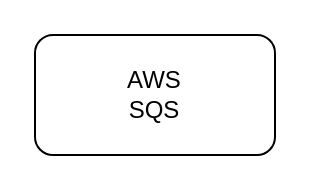
Before: aws-sqs/aws-sqs.drawio in woodguest/drawio, a draw.io diagram. Source tidied: cells renumbered, new cells numbered last; positions are measured from the earlier drawing's top-left corner, leaving out a move shared by most shapes. Both pictures are drawn from the tidied source at 200%, with x=0, y=0 at pixel (34, 34).
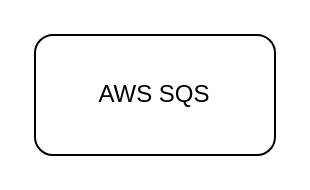
Above is the later version.

Diff of the diagram source:
```diff
@@
 <mxGraphModel>
   <root>
     <mxCell id="0" />
     <mxCell id="1" parent="0" />
-    <mxCell id="2" value="AWS&lt;br&gt;SQS" style="rounded=1;whiteSpace=wrap;html=1;" parent="1" vertex="1">
+    <mxCell id="2" value="AWS SQS" style="rounded=1;whiteSpace=wrap;html=1;" parent="1" vertex="1">
       <mxGeometry width="120" height="60" as="geometry" />
     </mxCell>
   </root>
 </mxGraphModel>
```
